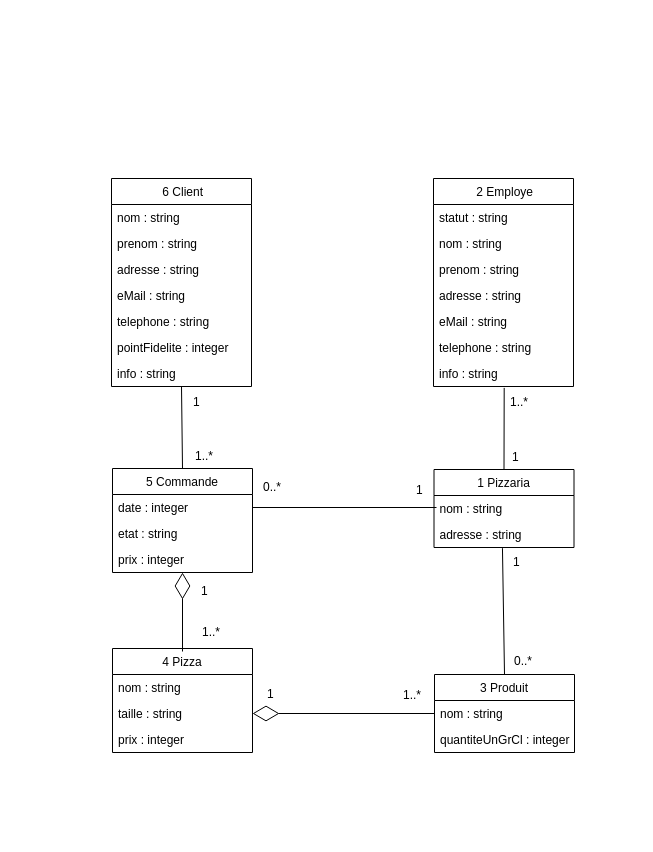
Before: diagramme_de_classe.drawio in thomsart/P6_PGESTpizza, a draw.io diagram. Source tidied: cells renumbered, new cells numbered last; positions are measured from the earlier drawing's top-left corner, leaving out a move shared by most shapes. Both pictures are drawn from the tidied source at 100%, with x=0, y=0 at pixel (111, 178).
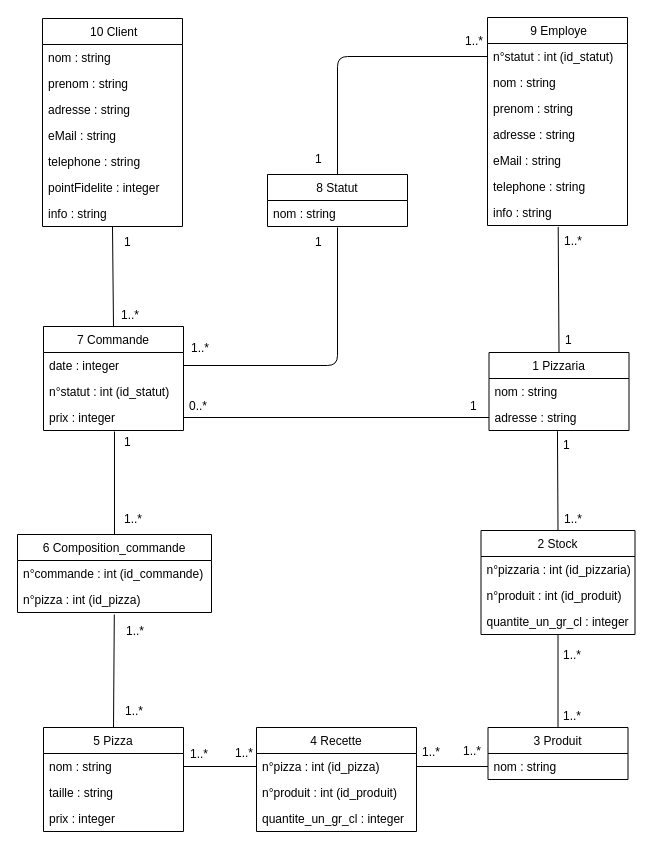
The same diagram, later.

Commit message:
reprise du digramme de classe mauvais

Unchanged cells that the change refers to:
```xml
<mxCell id="12" value="date : integer" style="text;strokeColor=none;fillColor=none;align=left;verticalAlign=top;spacingLeft=4;spacingRight=4;overflow=hidden;points=[[0,0.5],[1,0.5]];portConstraint=eastwest;" parent="11" vertex="1">
  <mxGeometry y="26" width="140" height="26" as="geometry" />
</mxCell>
<mxCell id="14" value="prix : integer" style="text;strokeColor=none;fillColor=none;align=left;verticalAlign=top;spacingLeft=4;spacingRight=4;overflow=hidden;points=[[0,0.5],[1,0.5]];portConstraint=eastwest;" parent="11" vertex="1">
  <mxGeometry y="78" width="140" height="26" as="geometry" />
</mxCell>
<mxCell id="17" value="adresse : string" style="text;strokeColor=none;fillColor=none;align=left;verticalAlign=top;spacingLeft=4;spacingRight=4;overflow=hidden;points=[[0,0.5],[1,0.5]];portConstraint=eastwest;" parent="15" vertex="1">
  <mxGeometry y="52" width="140" height="26" as="geometry" />
</mxCell>
<mxCell id="19" value="nom : string" style="text;strokeColor=none;fillColor=none;align=left;verticalAlign=top;spacingLeft=4;spacingRight=4;overflow=hidden;points=[[0,0.5],[1,0.5]];portConstraint=eastwest;" parent="18" vertex="1">
  <mxGeometry y="26" width="140" height="26" as="geometry" />
</mxCell>
<mxCell id="20" value="taille : string" style="text;strokeColor=none;fillColor=none;align=left;verticalAlign=top;spacingLeft=4;spacingRight=4;overflow=hidden;points=[[0,0.5],[1,0.5]];portConstraint=eastwest;" parent="18" vertex="1">
  <mxGeometry y="52" width="140" height="26" as="geometry" />
</mxCell>
<mxCell id="23" value="nom : string" style="text;strokeColor=none;fillColor=none;align=left;verticalAlign=top;spacingLeft=4;spacingRight=4;overflow=hidden;points=[[0,0.5],[1,0.5]];portConstraint=eastwest;" parent="22" vertex="1">
  <mxGeometry y="26" width="140" height="26" as="geometry" />
</mxCell>
```

What changed in the source:
```diff
@@
-    <mxCell id="2" style="endArrow=none;html=1;exitX=0.5;exitY=0;exitDx=0;exitDy=0;entryX=0.489;entryY=1.026;entryDx=0;entryDy=0;entryPerimeter=0;" parent="1" edge="1" source="22" target="17">
+    <mxCell id="2" style="endArrow=none;html=1;exitX=0.5;exitY=0;exitDx=0;exitDy=0;entryX=0.489;entryY=1.026;entryDx=0;entryDy=0;entryPerimeter=0;" parent="1" edge="1" source="59" target="17">
       <mxGeometry relative="1" as="geometry" />
     </mxCell>
-    <mxCell id="3" value=" 6 Client" style="swimlane;fontStyle=0;horizontal=1;startSize=26;fillColor=none;" parent="1" vertex="1">
-      <mxGeometry width="140" height="208" as="geometry" />
+    <mxCell id="3" value=" 10 Client" style="swimlane;fontStyle=0;horizontal=1;startSize=26;fillColor=none;" parent="1" vertex="1">
+      <mxGeometry x="-69" y="-160" width="140" height="208" as="geometry" />
     </mxCell>
@@
-    <mxCell id="11" value="5 Commande" style="swimlane;fontStyle=0;horizontal=1;startSize=26;fillColor=none;" parent="1" vertex="1">
-      <mxGeometry x="1" y="290" width="140" height="104" as="geometry" />
+    <mxCell id="11" value="7 Commande" style="swimlane;fontStyle=0;horizontal=1;startSize=26;fillColor=none;" parent="1" vertex="1">
+      <mxGeometry x="-68" y="148" width="140" height="104" as="geometry" />
     </mxCell>
@@
-    <mxCell id="13" value="etat : string" style="text;strokeColor=none;fillColor=none;align=left;verticalAlign=top;spacingLeft=4;spacingRight=4;overflow=hidden;" parent="11" vertex="1">
+    <mxCell id="13" value="n°statut : int (id_statut)" style="text;strokeColor=none;fillColor=none;align=left;verticalAlign=top;spacingLeft=4;spacingRight=4;overflow=hidden;" parent="11" vertex="1">
       <mxGeometry y="52" width="140" height="26" as="geometry" />
     </mxCell>
@@
     <mxCell id="15" value="1 Pizzaria" style="swimlane;fontStyle=0;horizontal=1;startSize=26;fillColor=none;" parent="1" vertex="1">
-      <mxGeometry x="322.5" y="291" width="140" height="78" as="geometry" />
+      <mxGeometry x="377.5" y="174" width="140" height="78" as="geometry" />
     </mxCell>
@@
-    <mxCell id="18" value="4 Pizza" style="swimlane;fontStyle=0;horizontal=1;startSize=26;fillColor=none;" parent="1" vertex="1">
-      <mxGeometry x="1" y="470" width="140" height="104" as="geometry" />
+    <mxCell id="18" value="5 Pizza" style="swimlane;fontStyle=0;horizontal=1;startSize=26;fillColor=none;" parent="1" vertex="1">
+      <mxGeometry x="-68" y="549" width="140" height="104" as="geometry" />
     </mxCell>
@@
     <mxCell id="22" value="3 Produit" style="swimlane;fontStyle=0;horizontal=1;startSize=26;fillColor=none;" parent="1" vertex="1">
-      <mxGeometry x="323" y="496" width="140" height="78" as="geometry" />
+      <mxGeometry x="376.5" y="549" width="140" height="52" as="geometry" />
     </mxCell>
@@
-    <mxCell id="24" value="quantiteUnGrCl : integer" style="text;strokeColor=none;fillColor=none;align=left;verticalAlign=top;spacingLeft=4;spacingRight=4;overflow=hidden;" parent="22" vertex="1">
-      <mxGeometry y="52" width="140" height="26" as="geometry" />
-    </mxCell>
-    <mxCell id="25" value=" 2 Employe" style="swimlane;fontStyle=0;horizontal=1;startSize=26;fillColor=none;" parent="1" vertex="1">
-      <mxGeometry x="322" width="140" height="208" as="geometry" />
+    <mxCell id="25" value=" 9 Employe" style="swimlane;fontStyle=0;horizontal=1;startSize=26;fillColor=none;" parent="1" vertex="1">
+      <mxGeometry x="376" y="-161" width="140" height="208" as="geometry" />
     </mxCell>
-    <mxCell id="26" value="statut : string" style="text;strokeColor=none;fillColor=none;align=left;verticalAlign=top;spacingLeft=4;spacingRight=4;overflow=hidden;points=[[0,0.5],[1,0.5]];portConstraint=eastwest;" parent="25" vertex="1">
+    <mxCell id="26" value="n°statut : int (id_statut)" style="text;strokeColor=none;fillColor=none;align=left;verticalAlign=top;spacingLeft=4;spacingRight=4;overflow=hidden;points=[[0,0.5],[1,0.5]];portConstraint=eastwest;" parent="25" vertex="1">
       <mxGeometry y="26" width="140" height="26" as="geometry" />
     </mxCell>
@@
-    <mxCell id="33" style="endArrow=none;html=1;exitX=1;exitY=0.5;exitDx=0;exitDy=0;" parent="1" edge="1" source="12">
-      <mxGeometry relative="1" as="geometry">
-        <mxPoint x="325" y="329" as="targetPoint" />
-      </mxGeometry>
+    <mxCell id="33" style="endArrow=none;html=1;exitX=1;exitY=0.5;exitDx=0;exitDy=0;entryX=0;entryY=0.5;entryDx=0;entryDy=0;" parent="1" edge="1" source="14" target="17">
+      <mxGeometry relative="1" as="geometry" />
     </mxCell>
@@
     <mxCell id="35" value="1" style="text;html=1;align=left;verticalAlign=top;spacingTop=-4;" parent="1" vertex="1">
-      <mxGeometry x="302.5" y="302" width="20" height="20" as="geometry" />
+      <mxGeometry x="356.5" y="218" width="20" height="20" as="geometry" />
     </mxCell>
     <mxCell id="36" value="0..*" style="text;html=1;align=left;verticalAlign=top;spacingTop=-4;" parent="1" vertex="1">
-      <mxGeometry x="150" y="299" width="30" height="20" as="geometry" />
+      <mxGeometry x="76" y="218" width="30" height="20" as="geometry" />
     </mxCell>
     <mxCell id="37" value="1..*" style="text;html=1;align=left;verticalAlign=top;spacingTop=-4;" parent="1" vertex="1">
-      <mxGeometry x="397" y="214" width="30" height="20" as="geometry" />
+      <mxGeometry x="451" y="53" width="30" height="20" as="geometry" />
     </mxCell>
     <mxCell id="38" value="1" style="text;html=1;align=left;verticalAlign=top;spacingTop=-4;" parent="1" vertex="1">
-      <mxGeometry x="399" y="269" width="20" height="20" as="geometry" />
+      <mxGeometry x="452" y="152" width="20" height="20" as="geometry" />
     </mxCell>
     <mxCell id="39" value="1" style="text;html=1;align=left;verticalAlign=top;spacingTop=-4;" parent="1" vertex="1">
-      <mxGeometry x="80" y="214" width="20" height="20" as="geometry" />
+      <mxGeometry x="11" y="54" width="20" height="20" as="geometry" />
     </mxCell>
     <mxCell id="40" value="1..*" style="text;html=1;align=left;verticalAlign=top;spacingTop=-4;" parent="1" vertex="1">
-      <mxGeometry x="82" y="268" width="30" height="20" as="geometry" />
+      <mxGeometry x="8" y="127" width="30" height="20" as="geometry" />
     </mxCell>
     <mxCell id="41" value="1..*" style="text;html=1;align=left;verticalAlign=top;spacingTop=-4;" parent="1" vertex="1">
-      <mxGeometry x="289.5" y="507" width="30" height="20" as="geometry" />
+      <mxGeometry x="349.5" y="563" width="30" height="20" as="geometry" />
     </mxCell>
-    <mxCell id="42" value="0..*" style="text;html=1;align=left;verticalAlign=top;spacingTop=-4;" parent="1" vertex="1">
-      <mxGeometry x="401" y="473" width="30" height="20" as="geometry" />
+    <mxCell id="42" value="1..*" style="text;html=1;align=left;verticalAlign=top;spacingTop=-4;" parent="1" vertex="1">
+      <mxGeometry x="449.5" y="528" width="30" height="20" as="geometry" />
     </mxCell>
-    <mxCell id="43" value="1" style="text;html=1;align=left;verticalAlign=top;spacingTop=-4;" parent="1" vertex="1">
-      <mxGeometry x="400" y="374" width="20" height="20" as="geometry" />
-    </mxCell>
-    <mxCell id="44" value="1" style="text;html=1;align=left;verticalAlign=top;spacingTop=-4;" parent="1" vertex="1">
-      <mxGeometry x="154" y="506" width="20" height="20" as="geometry" />
-    </mxCell>
     <mxCell id="45" value="1..*" style="text;html=1;align=left;verticalAlign=top;spacingTop=-4;" parent="1" vertex="1">
-      <mxGeometry x="89" y="444" width="30" height="20" as="geometry" />
+      <mxGeometry x="12" y="523" width="30" height="20" as="geometry" />
     </mxCell>
-    <mxCell id="46" value="1" style="text;html=1;align=left;verticalAlign=top;spacingTop=-4;" parent="1" vertex="1">
-      <mxGeometry x="88" y="403" width="20" height="20" as="geometry" />
-    </mxCell>
@@
-    <mxCell id="48" style="endArrow=diamondThin;endFill=0;endSize=24;html=1;" parent="1" edge="1">
-      <mxGeometry relative="1" as="geometry">
-        <mxPoint x="71" y="473" as="sourcePoint" />
-        <mxPoint x="71" y="394" as="targetPoint" />
-      </mxGeometry>
-    </mxCell>
-    <mxCell id="49" style="endArrow=diamondThin;endFill=0;endSize=24;html=1;entryX=1;entryY=0.5;entryDx=0;entryDy=0;exitX=0;exitY=0.5;exitDx=0;exitDy=0;" parent="1" edge="1" source="23" target="20">
-      <mxGeometry relative="1" as="geometry" />
-    </mxCell>
+    <mxCell id="50" value="1..*" style="text;html=1;align=left;verticalAlign=top;spacingTop=-4;" parent="1" vertex="1">
+      <mxGeometry x="77" y="566" width="30" height="20" as="geometry" />
+    </mxCell>
+    <mxCell id="51" value="1" style="text;html=1;align=left;verticalAlign=top;spacingTop=-4;" parent="1" vertex="1">
+      <mxGeometry x="11" y="254" width="20" height="20" as="geometry" />
+    </mxCell>
+    <mxCell id="52" value="6 Composition_commande" style="swimlane;fontStyle=0;horizontal=1;startSize=26;fillColor=none;" parent="1" vertex="1">
+      <mxGeometry x="-94" y="356" width="194" height="78" as="geometry" />
+    </mxCell>
+    <mxCell id="53" value="n°commande : int (id_commande)" style="text;strokeColor=none;fillColor=none;align=left;verticalAlign=top;spacingLeft=4;spacingRight=4;overflow=hidden;" parent="52" vertex="1">
+      <mxGeometry y="26" width="194" height="26" as="geometry" />
+    </mxCell>
+    <mxCell id="54" value="n°pizza : int (id_pizza)" style="text;strokeColor=none;fillColor=none;align=left;verticalAlign=top;spacingLeft=4;spacingRight=4;overflow=hidden;points=[[0,0.5],[1,0.5]];portConstraint=eastwest;" parent="52" vertex="1">
+      <mxGeometry y="52" width="194" height="26" as="geometry" />
+    </mxCell>
+    <mxCell id="55" value="4 Recette" style="swimlane;fontStyle=0;horizontal=1;startSize=26;fillColor=none;" parent="1" vertex="1">
+      <mxGeometry x="145" y="549" width="160" height="104" as="geometry" />
+    </mxCell>
+    <mxCell id="56" value="n°pizza : int (id_pizza)" style="text;strokeColor=none;fillColor=none;align=left;verticalAlign=top;spacingLeft=4;spacingRight=4;overflow=hidden;points=[[0,0.5],[1,0.5]];portConstraint=eastwest;" parent="55" vertex="1">
+      <mxGeometry y="26" width="160" height="26" as="geometry" />
+    </mxCell>
+    <mxCell id="57" value="n°produit : int (id_produit)" style="text;strokeColor=none;fillColor=none;align=left;verticalAlign=top;spacingLeft=4;spacingRight=4;overflow=hidden;" parent="55" vertex="1">
+      <mxGeometry y="52" width="160" height="26" as="geometry" />
+    </mxCell>
+    <mxCell id="58" value="quantite_un_gr_cl : integer" style="text;strokeColor=none;fillColor=none;align=left;verticalAlign=top;spacingLeft=4;spacingRight=4;overflow=hidden;" parent="55" vertex="1">
+      <mxGeometry y="78" width="160" height="26" as="geometry" />
+    </mxCell>
+    <mxCell id="59" value="2 Stock" style="swimlane;fontStyle=0;horizontal=1;startSize=26;fillColor=none;" parent="1" vertex="1">
+      <mxGeometry x="369.5" y="352" width="154" height="104" as="geometry" />
+    </mxCell>
+    <mxCell id="60" value="n°pizzaria : int (id_pizzaria)" style="text;strokeColor=none;fillColor=none;align=left;verticalAlign=top;spacingLeft=4;spacingRight=4;overflow=hidden;" parent="59" vertex="1">
+      <mxGeometry y="26" width="154" height="26" as="geometry" />
+    </mxCell>
+    <mxCell id="61" value="n°produit : int (id_produit)" style="text;strokeColor=none;fillColor=none;align=left;verticalAlign=top;spacingLeft=4;spacingRight=4;overflow=hidden;" parent="59" vertex="1">
+      <mxGeometry y="52" width="154" height="26" as="geometry" />
+    </mxCell>
+    <mxCell id="62" value="quantite_un_gr_cl : integer" style="text;strokeColor=none;fillColor=none;align=left;verticalAlign=top;spacingLeft=4;spacingRight=4;overflow=hidden;" parent="59" vertex="1">
+      <mxGeometry y="78" width="154" height="26" as="geometry" />
+    </mxCell>
+    <mxCell id="63" value="8 Statut" style="swimlane;fontStyle=0;horizontal=1;startSize=26;fillColor=none;" parent="1" vertex="1">
+      <mxGeometry x="156" y="-4" width="140" height="52" as="geometry" />
+    </mxCell>
+    <mxCell id="64" value="nom : string" style="text;strokeColor=none;fillColor=none;align=left;verticalAlign=top;spacingLeft=4;spacingRight=4;overflow=hidden;points=[[0,0.5],[1,0.5]];portConstraint=eastwest;" parent="63" vertex="1">
+      <mxGeometry y="26" width="140" height="26" as="geometry" />
+    </mxCell>
+    <mxCell id="65" style="endArrow=none;html=1;entryX=0.5;entryY=1.038;entryDx=0;entryDy=0;entryPerimeter=0;exitX=1;exitY=0.5;exitDx=0;exitDy=0;" parent="1" edge="1" source="12" target="64">
+      <mxGeometry relative="1" as="geometry">
+        <Array as="points">
+          <mxPoint x="226" y="187" />
+        </Array>
+      </mxGeometry>
+    </mxCell>
+    <mxCell id="66" style="endArrow=none;html=1;entryX=0;entryY=0.5;entryDx=0;entryDy=0;exitX=0.5;exitY=0;exitDx=0;exitDy=0;" parent="1" edge="1" source="63" target="26">
+      <mxGeometry relative="1" as="geometry">
+        <Array as="points">
+          <mxPoint x="226" y="-122" />
+        </Array>
+      </mxGeometry>
+    </mxCell>
+    <mxCell id="67" value="1..*" style="text;html=1;align=left;verticalAlign=top;spacingTop=-4;" parent="1" vertex="1">
+      <mxGeometry x="78" y="160" width="30" height="20" as="geometry" />
+    </mxCell>
+    <mxCell id="68" value="1" style="text;html=1;align=left;verticalAlign=top;spacingTop=-4;" parent="1" vertex="1">
+      <mxGeometry x="202" y="54" width="20" height="20" as="geometry" />
+    </mxCell>
+    <mxCell id="69" value="1" style="text;html=1;align=left;verticalAlign=top;spacingTop=-4;" parent="1" vertex="1">
+      <mxGeometry x="202" y="-29" width="20" height="20" as="geometry" />
+    </mxCell>
+    <mxCell id="70" value="1..*" style="text;html=1;align=left;verticalAlign=top;spacingTop=-4;" parent="1" vertex="1">
+      <mxGeometry x="352" y="-147" width="30" height="20" as="geometry" />
+    </mxCell>
+    <mxCell id="71" style="endArrow=none;html=1;entryX=0.5;entryY=0;entryDx=0;entryDy=0;exitX=0.499;exitY=1.076;exitDx=0;exitDy=0;exitPerimeter=0;" parent="1" edge="1" source="54" target="18">
+      <mxGeometry relative="1" as="geometry" />
+    </mxCell>
+    <mxCell id="72" style="endArrow=none;html=1;exitX=0.5;exitY=0;exitDx=0;exitDy=0;entryX=0.507;entryY=1.038;entryDx=0;entryDy=0;entryPerimeter=0;" parent="1" edge="1" source="52" target="14">
+      <mxGeometry relative="1" as="geometry" />
+    </mxCell>
+    <mxCell id="73" style="endArrow=none;html=1;exitX=0.5;exitY=1;exitDx=0;exitDy=0;entryX=0.5;entryY=0;entryDx=0;entryDy=0;" parent="1" edge="1" source="59" target="22">
+      <mxGeometry relative="1" as="geometry" />
+    </mxCell>
+    <mxCell id="74" style="endArrow=none;html=1;exitX=0;exitY=0.5;exitDx=0;exitDy=0;entryX=1;entryY=0.5;entryDx=0;entryDy=0;" parent="1" edge="1" source="23" target="56">
+      <mxGeometry relative="1" as="geometry" />
+    </mxCell>
+    <mxCell id="75" style="endArrow=none;html=1;exitX=0;exitY=0.5;exitDx=0;exitDy=0;entryX=1;entryY=0.5;entryDx=0;entryDy=0;" parent="1" edge="1" source="56" target="19">
+      <mxGeometry relative="1" as="geometry" />
+    </mxCell>
+    <mxCell id="76" value="1..*" style="text;html=1;align=left;verticalAlign=top;spacingTop=-4;" parent="1" vertex="1">
+      <mxGeometry x="309" y="564" width="30" height="20" as="geometry" />
+    </mxCell>
+    <mxCell id="77" value="1..*" style="text;html=1;align=left;verticalAlign=top;spacingTop=-4;" parent="1" vertex="1">
+      <mxGeometry x="450" y="466.7" width="30" height="20" as="geometry" />
+    </mxCell>
+    <mxCell id="78" value="1..*" style="text;html=1;align=left;verticalAlign=top;spacingTop=-4;" parent="1" vertex="1">
+      <mxGeometry x="450.5" y="331" width="30" height="20" as="geometry" />
+    </mxCell>
+    <mxCell id="79" value="1" style="text;html=1;align=left;verticalAlign=top;spacingTop=-4;" parent="1" vertex="1">
+      <mxGeometry x="450" y="257" width="20" height="20" as="geometry" />
+    </mxCell>
+    <mxCell id="80" value="1..*" style="text;html=1;align=left;verticalAlign=top;spacingTop=-4;" parent="1" vertex="1">
+      <mxGeometry x="122" y="565.1" width="30" height="20" as="geometry" />
+    </mxCell>
+    <mxCell id="81" value="1..*" style="text;html=1;align=left;verticalAlign=top;spacingTop=-4;" parent="1" vertex="1">
+      <mxGeometry x="13" y="442.5" width="30" height="20" as="geometry" />
+    </mxCell>
+    <mxCell id="82" value="1..*" style="text;html=1;align=left;verticalAlign=top;spacingTop=-4;" parent="1" vertex="1">
+      <mxGeometry x="11" y="331" width="30" height="20" as="geometry" />
+    </mxCell>
```
